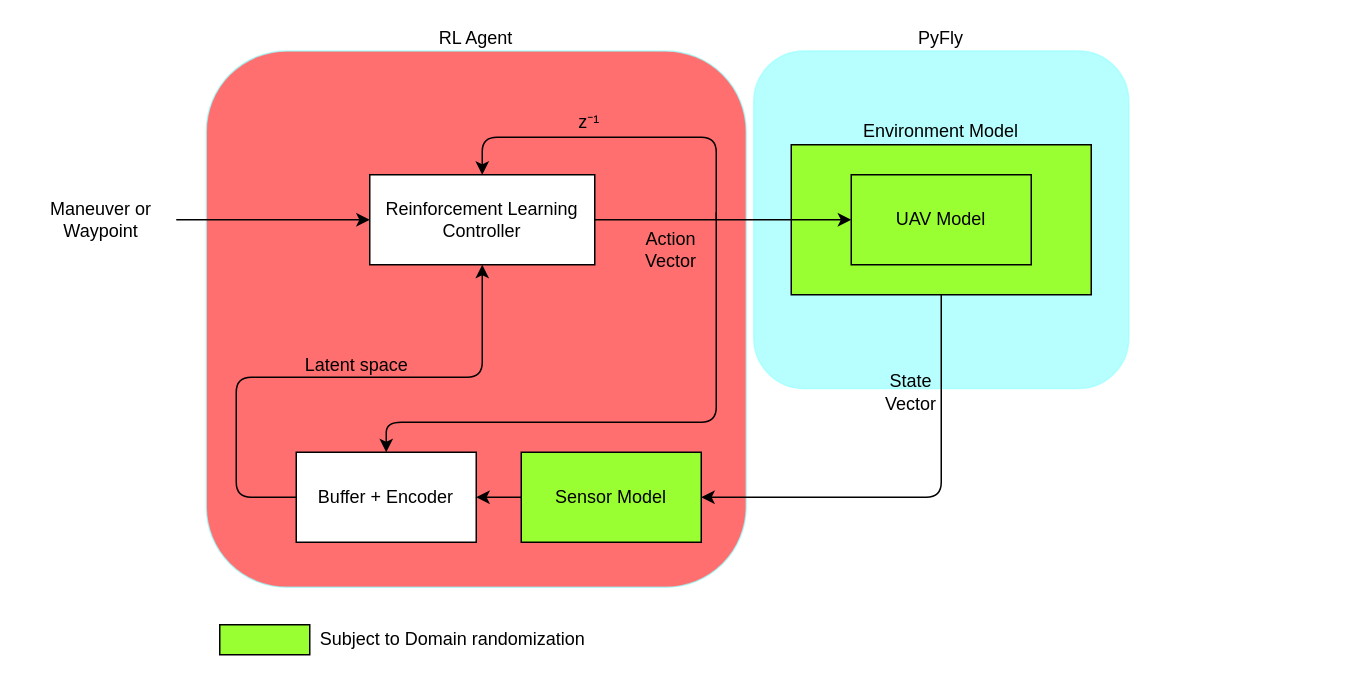
Earlier version of the draw.io diagram page "Page-1" (1 of 3) of Untitled Diagram.drawio (MoritzSchueler96/TUM_ADLR_Deep_Reinforcement_Learning). Source tidied: cells renumbered, new cells numbered last; positions are measured from the earlier drawing's top-left corner, leaving out a move shared by most shapes. Both pictures are drawn from the tidied source at 150%, with x=0, y=0 at pixel (26, 50).
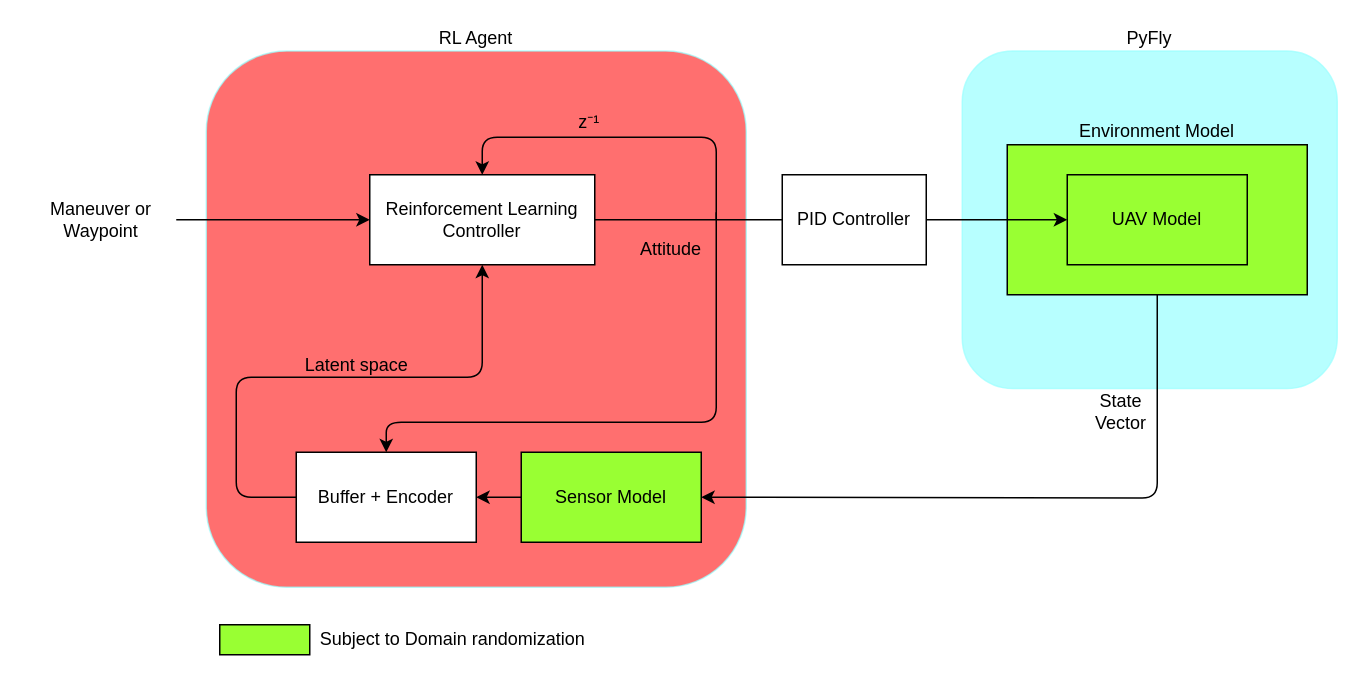
The same page after the edit.

The change refers to these unchanged cells:
```xml
<mxCell id="4" value="Reinforcement Learning Controller" style="rounded=0;whiteSpace=wrap;html=1;" parent="1" vertex="1">
  <mxGeometry x="229" y="83" width="150" height="60" as="geometry" />
</mxCell>
<mxCell id="7" value="Sensor Model" style="rounded=0;whiteSpace=wrap;html=1;fillColor=#99FF33;" parent="1" vertex="1">
  <mxGeometry x="330" y="268" width="120" height="60" as="geometry" />
</mxCell>
<mxCell id="11" value="Buffer + Encoder" style="rounded=0;whiteSpace=wrap;html=1;" parent="1" vertex="1">
  <mxGeometry x="180" y="268" width="120" height="60" as="geometry" />
</mxCell>
```

The edit, as a diff of the source:
```diff
@@
     <mxCell id="3" value="PyFly" style="rounded=1;whiteSpace=wrap;html=1;labelBackgroundColor=none;strokeColor=#99FFFF;fillColor=#99FFFF;labelPosition=center;verticalLabelPosition=top;align=center;verticalAlign=bottom;spacingTop=0;opacity=70;" parent="1" vertex="1">
-      <mxGeometry x="485" y="0.5" width="250" height="225" as="geometry" />
+      <mxGeometry x="624" y="0.5" width="250" height="225" as="geometry" />
     </mxCell>
@@
     <mxCell id="5" value="&lt;div align=&quot;center&quot;&gt;Environment Model&lt;/div&gt;" style="rounded=0;whiteSpace=wrap;html=1;align=center;labelPosition=center;verticalLabelPosition=top;verticalAlign=bottom;fillColor=#99FF33;" parent="1" vertex="1">
-      <mxGeometry x="510" y="63" width="200" height="100" as="geometry" />
+      <mxGeometry x="654" y="63" width="200" height="100" as="geometry" />
     </mxCell>
     <mxCell id="6" value="UAV Model " style="rounded=0;whiteSpace=wrap;html=1;fillColor=#99FF33;" parent="1" vertex="1">
-      <mxGeometry x="550" y="83" width="120" height="60" as="geometry" />
+      <mxGeometry x="694" y="83" width="120" height="60" as="geometry" />
     </mxCell>
@@
-    <mxCell id="14" value="Action Vector" style="text;html=1;strokeColor=none;fillColor=none;align=center;verticalAlign=middle;whiteSpace=wrap;rounded=0;labelBackgroundColor=none;opacity=70;" parent="1" vertex="1">
-      <mxGeometry x="410" y="123" width="40" height="20" as="geometry" />
-    </mxCell>
+    <mxCell id="23" value="Attitude" style="text;html=1;strokeColor=none;fillColor=none;align=center;verticalAlign=middle;whiteSpace=wrap;rounded=0;labelBackgroundColor=none;opacity=70;" parent="1" vertex="1">
+      <mxGeometry x="410" y="123" width="40" height="20" as="geometry" />
+    </mxCell>
     <mxCell id="15" value="State Vector" style="text;html=1;strokeColor=none;fillColor=none;align=center;verticalAlign=middle;whiteSpace=wrap;rounded=0;labelBackgroundColor=none;opacity=70;" parent="1" vertex="1">
-      <mxGeometry x="570" y="218" width="40" height="20" as="geometry" />
+      <mxGeometry x="710" y="230.5" width="40" height="20" as="geometry" />
     </mxCell>
     <mxCell id="16" style="endArrow=classic;html=1;exitX=0.5;exitY=1;exitDx=0;exitDy=0;entryX=1;entryY=0.5;entryDx=0;entryDy=0;strokeWidth=1;" parent="1" edge="1" source="5" target="7">
       <mxGeometry relative="1" as="geometry">
         <Array as="points">
-          <mxPoint x="610" y="298" />
+          <mxPoint x="754" y="298.5" />
         </Array>
       </mxGeometry>
     </mxCell>
-    <mxCell id="17" style="rounded=0;whiteSpace=wrap;html=1;align=center;labelPosition=center;verticalLabelPosition=top;verticalAlign=bottom;sketch=0;fillColor=#99FF33;" parent="1" vertex="1">
-      <mxGeometry x="129" y="383" width="60" height="20" as="geometry" />
-    </mxCell>
+    <mxCell id="24" style="rounded=0;whiteSpace=wrap;html=1;align=center;labelPosition=center;verticalLabelPosition=top;verticalAlign=bottom;sketch=0;fillColor=#99FF33;" parent="1" vertex="1">
+      <mxGeometry x="129" y="383" width="60" height="20" as="geometry" />
+    </mxCell>
@@
-    <mxCell id="19" style="endArrow=classic;html=1;strokeWidth=1;entryX=0.5;entryY=0;entryDx=0;entryDy=0;" parent="1" edge="1" target="4">
-      <mxGeometry relative="1" as="geometry">
-        <mxPoint x="460" y="113" as="sourcePoint" />
-        <Array as="points">
-          <mxPoint x="460" y="58" />
-          <mxPoint x="304" y="58" />
-        </Array>
-      </mxGeometry>
-    </mxCell>
-    <mxCell id="20" style="endArrow=classic;html=1;strokeWidth=1;entryX=0.5;entryY=0;entryDx=0;entryDy=0;" parent="1" edge="1" target="11">
-      <mxGeometry relative="1" as="geometry">
-        <mxPoint x="460" y="108" as="sourcePoint" />
-        <Array as="points">
-          <mxPoint x="460" y="248" />
-          <mxPoint x="240" y="248" />
-        </Array>
-      </mxGeometry>
-    </mxCell>
+    <mxCell id="25" style="endArrow=classic;html=1;strokeWidth=1;entryX=0.5;entryY=0;entryDx=0;entryDy=0;" parent="1" edge="1" target="4">
+      <mxGeometry relative="1" as="geometry">
+        <mxPoint x="460" y="113" as="sourcePoint" />
+        <Array as="points">
+          <mxPoint x="460" y="58" />
+          <mxPoint x="304" y="58" />
+        </Array>
+      </mxGeometry>
+    </mxCell>
+    <mxCell id="26" style="endArrow=classic;html=1;strokeWidth=1;entryX=0.5;entryY=0;entryDx=0;entryDy=0;" parent="1" edge="1" target="11">
+      <mxGeometry relative="1" as="geometry">
+        <mxPoint x="460" y="108" as="sourcePoint" />
+        <Array as="points">
+          <mxPoint x="460" y="248" />
+          <mxPoint x="240" y="248" />
+        </Array>
+      </mxGeometry>
+    </mxCell>
@@
+    <mxCell id="27" value="PID Controller" style="rounded=0;whiteSpace=wrap;html=1;" parent="1" vertex="1">
+      <mxGeometry x="504" y="83" width="96" height="60" as="geometry" />
+    </mxCell>
```
